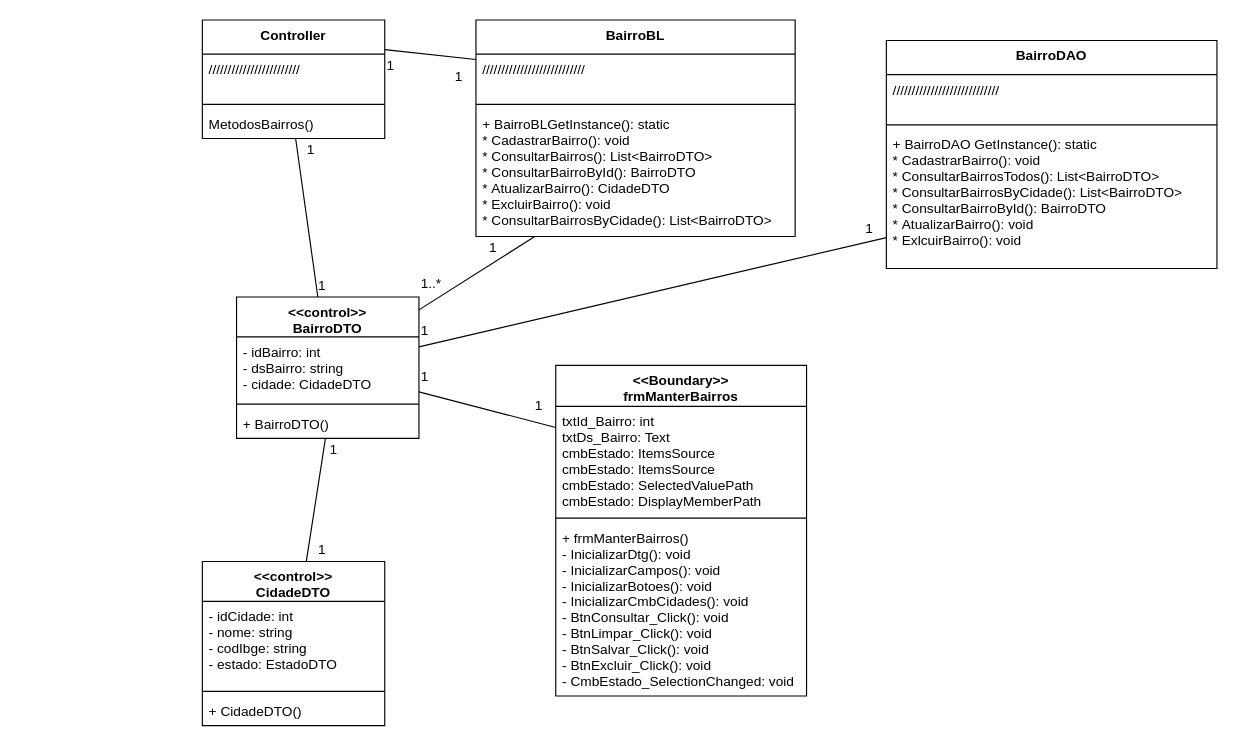
The draw.io diagram Documentação/Diagramas/Diagrama de Classes/ManterBairros.drawio in System4Developers/pimADS4, before the edit. Source tidied: cells renumbered, new cells numbered last; positions are measured from the earlier drawing's top-left corner, leaving out a move shared by most shapes. Both pictures are drawn from the tidied source at 114%, with x=0, y=0 at pixel (202, 19).
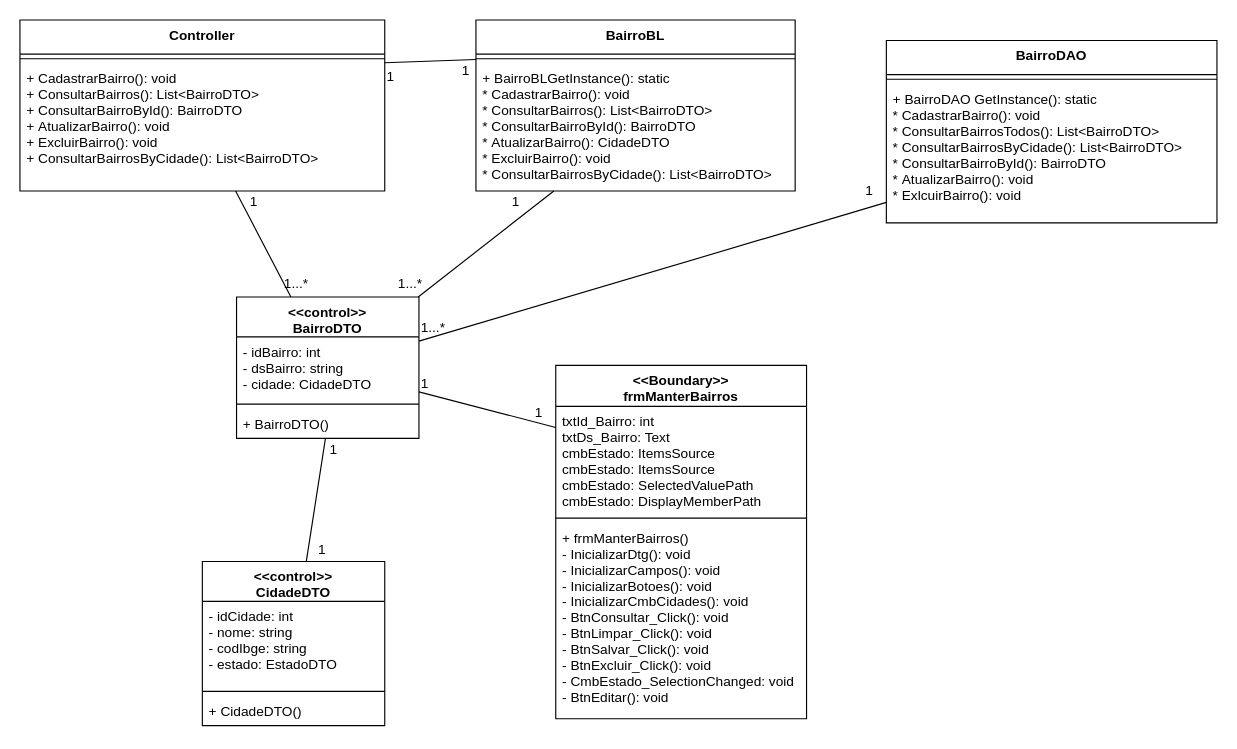
Above is the later version.

What changed in the source:
```diff
@@
     <mxCell id="2" value="&lt;&lt;Boundary&gt;&gt;&#10;frmManterBairros" style="swimlane;fontStyle=1;align=center;verticalAlign=top;horizontal=1;startSize=36;" parent="1" vertex="1">
-      <mxGeometry x="310" y="303" width="220" height="290" as="geometry" />
+      <mxGeometry x="310" y="303" width="220" height="310" as="geometry" />
     </mxCell>
@@
-    <mxCell id="5" value="+ frmManterBairros()&#10;- InicializarDtg(): void&#10;- InicializarCampos(): void&#10;- InicializarBotoes(): void&#10;- InicializarCmbCidades(): void&#10;- BtnConsultar_Click(): void&#10;- BtnLimpar_Click(): void&#10;- BtnSalvar_Click(): void&#10;- BtnExcluir_Click(): void&#10;- CmbEstado_SelectionChanged: void" style="text;strokeColor=none;fillColor=none;align=left;verticalAlign=top;spacingLeft=4;spacingRight=4;overflow=hidden;" parent="2" vertex="1">
-      <mxGeometry y="138" width="220" height="152" as="geometry" />
+    <mxCell id="5" value="+ frmManterBairros()&#10;- InicializarDtg(): void&#10;- InicializarCampos(): void&#10;- InicializarBotoes(): void&#10;- InicializarCmbCidades(): void&#10;- BtnConsultar_Click(): void&#10;- BtnLimpar_Click(): void&#10;- BtnSalvar_Click(): void&#10;- BtnExcluir_Click(): void&#10;- CmbEstado_SelectionChanged: void&#10;- BtnEditar(): void" style="text;strokeColor=none;fillColor=none;align=left;verticalAlign=top;spacingLeft=4;spacingRight=4;overflow=hidden;" parent="2" vertex="1">
+      <mxGeometry y="138" width="220" height="172" as="geometry" />
     </mxCell>
@@
     <mxCell id="10" value="Controller" style="swimlane;fontStyle=1;align=center;verticalAlign=top;horizontal=1;startSize=30;" parent="1" vertex="1">
-      <mxGeometry width="160" height="104" as="geometry" />
+      <mxGeometry x="-160" width="320" height="150" as="geometry" />
     </mxCell>
-    <mxCell id="11" value="////////////////////////" style="text;strokeColor=none;fillColor=none;align=left;verticalAlign=top;spacingLeft=4;spacingRight=4;overflow=hidden;" parent="10" vertex="1">
-      <mxGeometry y="30" width="160" height="40" as="geometry" />
-    </mxCell>
     <mxCell id="12" style="line;strokeWidth=1;fillColor=none;align=left;verticalAlign=middle;spacingTop=-1;spacingLeft=3;spacingRight=3;labelPosition=right;" parent="10" vertex="1">
-      <mxGeometry y="70" width="160" height="8" as="geometry" />
+      <mxGeometry y="30" width="320" height="8" as="geometry" />
     </mxCell>
-    <mxCell id="13" value="MetodosBairros()" style="text;strokeColor=none;fillColor=none;align=left;verticalAlign=top;spacingLeft=4;spacingRight=4;overflow=hidden;points=[[0,0.5],[1,0.5]];portConstraint=eastwest;" parent="10" vertex="1">
-      <mxGeometry y="78" width="160" height="26" as="geometry" />
+    <mxCell id="13" value="+ CadastrarBairro(): void&#10;+ ConsultarBairros(): List&lt;BairroDTO&gt;&#10;+ ConsultarBairroById(): BairroDTO&#10;+ AtualizarBairro(): void&#10;+ ExcluirBairro(): void&#10;+ ConsultarBairrosByCidade(): List&lt;BairroDTO&gt; &#10;" style="text;strokeColor=none;fillColor=none;align=left;verticalAlign=top;spacingLeft=4;spacingRight=4;overflow=hidden;points=[[0,0.5],[1,0.5]];portConstraint=eastwest;" parent="10" vertex="1">
+      <mxGeometry y="38" width="320" height="112" as="geometry" />
     </mxCell>
     <mxCell id="14" value="BairroBL" style="swimlane;fontStyle=1;align=center;verticalAlign=top;horizontal=1;startSize=30;" parent="1" vertex="1">
-      <mxGeometry x="240" width="280" height="190" as="geometry" />
+      <mxGeometry x="240" width="280" height="150" as="geometry" />
     </mxCell>
-    <mxCell id="15" value="///////////////////////////" style="text;strokeColor=none;fillColor=none;align=left;verticalAlign=top;spacingLeft=4;spacingRight=4;overflow=hidden;points=[[0,0.5],[1,0.5]];portConstraint=eastwest;" parent="14" vertex="1">
-      <mxGeometry y="30" width="280" height="40" as="geometry" />
-    </mxCell>
     <mxCell id="16" style="line;strokeWidth=1;fillColor=none;align=left;verticalAlign=middle;spacingTop=-1;spacingLeft=3;spacingRight=3;labelPosition=right;" parent="14" vertex="1">
-      <mxGeometry y="70" width="280" height="8" as="geometry" />
+      <mxGeometry y="30" width="280" height="8" as="geometry" />
     </mxCell>
     <mxCell id="17" value="+ BairroBLGetInstance(): static&#10;* CadastrarBairro(): void&#10;* ConsultarBairros(): List&lt;BairroDTO&gt;&#10;* ConsultarBairroById(): BairroDTO&#10;* AtualizarBairro(): CidadeDTO&#10;* ExcluirBairro(): void&#10;* ConsultarBairrosByCidade(): List&lt;BairroDTO&gt;" style="text;strokeColor=none;fillColor=none;align=left;verticalAlign=top;spacingLeft=4;spacingRight=4;overflow=hidden;points=[[0,0.5],[1,0.5]];portConstraint=eastwest;" parent="14" vertex="1">
-      <mxGeometry y="78" width="280" height="112" as="geometry" />
+      <mxGeometry y="38" width="280" height="112" as="geometry" />
     </mxCell>
     <mxCell id="18" value="BairroDAO" style="swimlane;fontStyle=1;align=center;verticalAlign=top;horizontal=1;startSize=30;" parent="1" vertex="1">
-      <mxGeometry x="600" y="18" width="290" height="200" as="geometry" />
+      <mxGeometry x="600" y="18" width="290" height="160" as="geometry" />
     </mxCell>
-    <mxCell id="19" value="////////////////////////////" style="text;strokeColor=none;fillColor=none;align=left;verticalAlign=top;spacingLeft=4;spacingRight=4;overflow=hidden;" parent="18" vertex="1">
-      <mxGeometry y="30" width="290" height="40" as="geometry" />
-    </mxCell>
     <mxCell id="20" style="line;strokeWidth=1;fillColor=none;align=left;verticalAlign=middle;spacingTop=-1;spacingLeft=3;spacingRight=3;labelPosition=right;" parent="18" vertex="1">
-      <mxGeometry y="70" width="290" height="8" as="geometry" />
+      <mxGeometry y="30" width="290" height="8" as="geometry" />
     </mxCell>
     <mxCell id="21" value="+ BairroDAO GetInstance(): static&#10;* CadastrarBairro(): void&#10;* ConsultarBairrosTodos(): List&lt;BairroDTO&gt;&#10;* ConsultarBairrosByCidade(): List&lt;BairroDTO&gt;&#10;* ConsultarBairroById(): BairroDTO&#10;* AtualizarBairro(): void&#10;* ExlcuirBairro(): void " style="text;strokeColor=none;fillColor=none;align=left;verticalAlign=top;spacingLeft=4;spacingRight=4;overflow=hidden;points=[[0,0.5],[1,0.5]];portConstraint=eastwest;" parent="18" vertex="1">
-      <mxGeometry y="78" width="290" height="122" as="geometry" />
+      <mxGeometry y="38" width="290" height="122" as="geometry" />
     </mxCell>
@@
-    <mxCell id="25" style="endArrow=none;html=1;exitX=1;exitY=0.25;exitDx=0;exitDy=0;" parent="1" edge="1" source="10" target="15">
-      <mxGeometry relative="1" as="geometry" />
+    <mxCell id="25" style="endArrow=none;html=1;exitX=1;exitY=0.25;exitDx=0;exitDy=0;" parent="1" edge="1" source="10">
+      <mxGeometry relative="1" as="geometry">
+        <mxPoint x="240" y="34.7" as="targetPoint" />
+      </mxGeometry>
     </mxCell>
@@
-    <mxCell id="32" value="1" style="text;html=1;align=left;verticalAlign=top;spacingTop=-4;" parent="1" vertex="1">
-      <mxGeometry x="100" y="223" width="20" height="20" as="geometry" />
+    <mxCell id="32" value="1...*" style="text;html=1;align=left;verticalAlign=top;spacingTop=-4;" parent="1" vertex="1">
+      <mxGeometry x="70" y="222" width="40" height="20" as="geometry" />
     </mxCell>
     <mxCell id="33" value="1" style="text;html=1;align=left;verticalAlign=top;spacingTop=-4;" parent="1" vertex="1">
-      <mxGeometry x="90" y="104" width="20" height="20" as="geometry" />
+      <mxGeometry x="40" y="150" width="20" height="20" as="geometry" />
     </mxCell>
     <mxCell id="34" value="1" style="text;html=1;align=left;verticalAlign=top;spacingTop=-4;" parent="1" vertex="1">
-      <mxGeometry x="160" y="30" width="20" height="20" as="geometry" />
+      <mxGeometry x="160" y="40" width="20" height="20" as="geometry" />
     </mxCell>
     <mxCell id="35" value="1" style="text;html=1;align=left;verticalAlign=top;spacingTop=-4;" parent="1" vertex="1">
-      <mxGeometry x="220" y="40" width="20" height="20" as="geometry" />
+      <mxGeometry x="226" y="35" width="20" height="20" as="geometry" />
     </mxCell>
-    <mxCell id="36" value="1..*" style="text;html=1;align=left;verticalAlign=top;spacingTop=-4;" parent="1" vertex="1">
-      <mxGeometry x="190" y="222" width="30" height="20" as="geometry" />
+    <mxCell id="36" value="1...*" style="text;html=1;align=left;verticalAlign=top;spacingTop=-4;" parent="1" vertex="1">
+      <mxGeometry x="170" y="222" width="40" height="20" as="geometry" />
     </mxCell>
     <mxCell id="37" value="1" style="text;html=1;align=left;verticalAlign=top;spacingTop=-4;" parent="1" vertex="1">
-      <mxGeometry x="250" y="190" width="20" height="20" as="geometry" />
+      <mxGeometry x="270" y="150" width="20" height="20" as="geometry" />
     </mxCell>
     <mxCell id="38" value="1" style="text;html=1;align=left;verticalAlign=top;spacingTop=-4;" parent="1" vertex="1">
-      <mxGeometry x="580" y="173" width="20" height="20" as="geometry" />
+      <mxGeometry x="580" y="140" width="20" height="20" as="geometry" />
     </mxCell>
-    <mxCell id="39" value="1" style="text;html=1;align=left;verticalAlign=top;spacingTop=-4;" parent="1" vertex="1">
-      <mxGeometry x="190" y="263" width="20" height="20" as="geometry" />
+    <mxCell id="39" value="1...*" style="text;html=1;align=left;verticalAlign=top;spacingTop=-4;" parent="1" vertex="1">
+      <mxGeometry x="190" y="260" width="40" height="20" as="geometry" />
     </mxCell>
     <mxCell id="40" value="1" style="text;html=1;align=left;verticalAlign=top;spacingTop=-4;" parent="1" vertex="1">
-      <mxGeometry x="290" y="329" width="20" height="20" as="geometry" />
+      <mxGeometry x="290" y="335" width="20" height="20" as="geometry" />
     </mxCell>
     <mxCell id="41" value="1" style="text;html=1;align=left;verticalAlign=top;spacingTop=-4;" parent="1" vertex="1">
-      <mxGeometry x="190" y="303" width="20" height="20" as="geometry" />
+      <mxGeometry x="190" y="309" width="20" height="20" as="geometry" />
     </mxCell>
```
